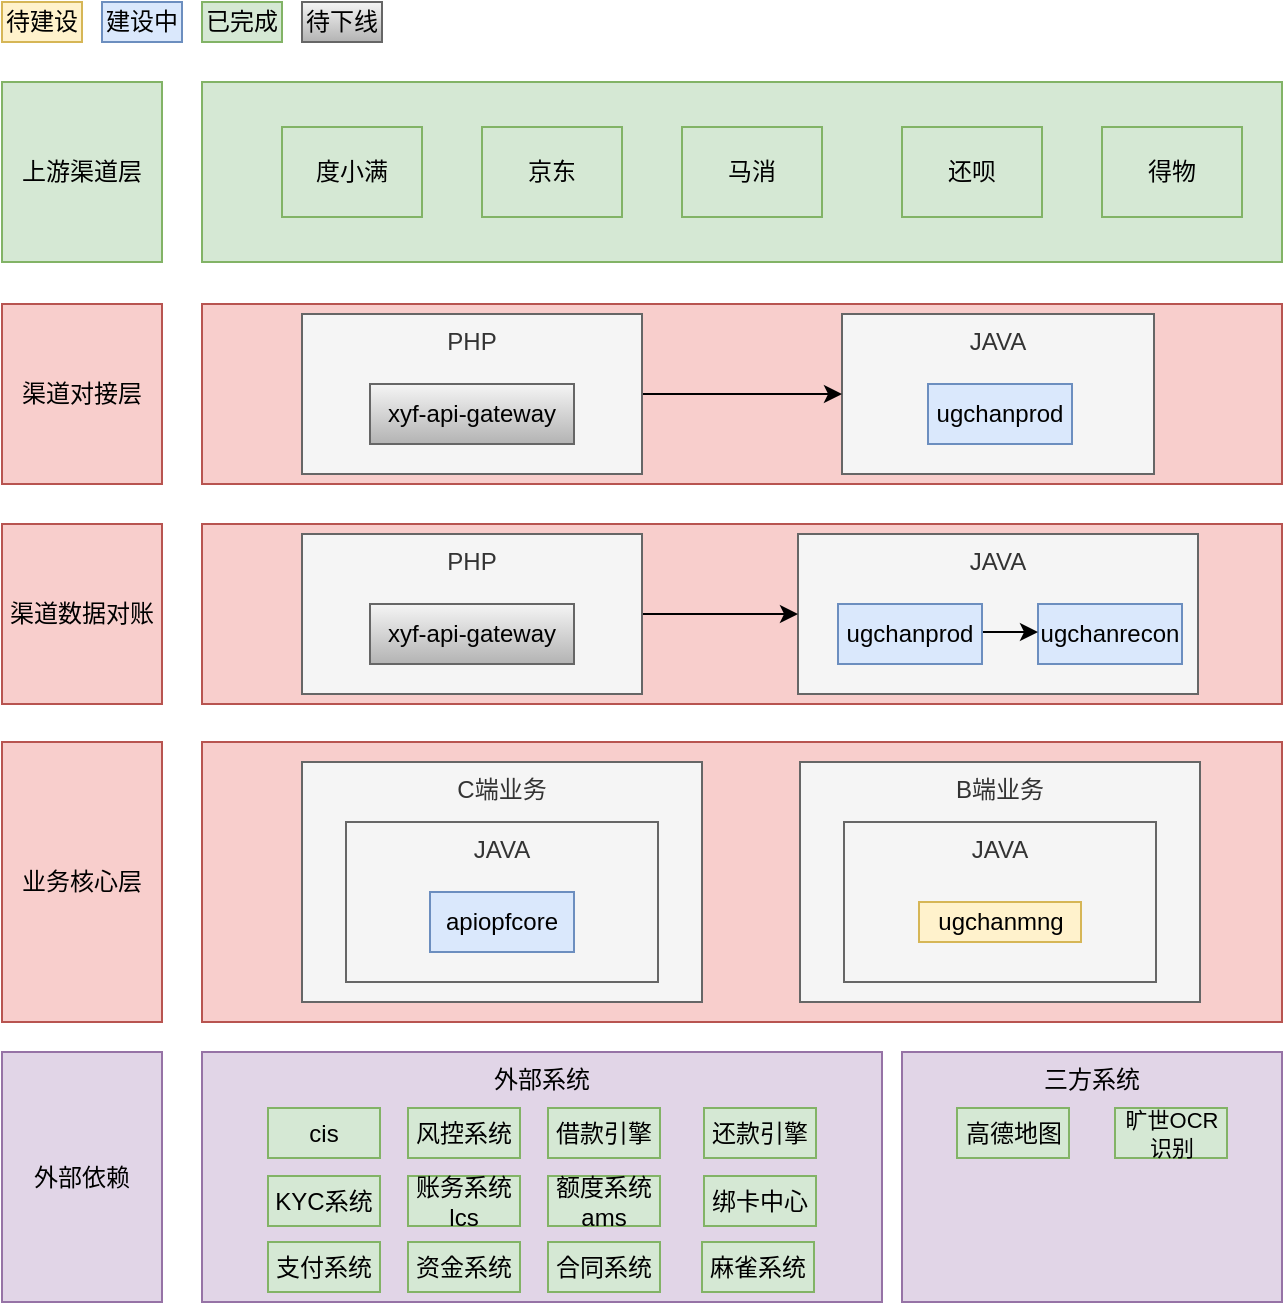
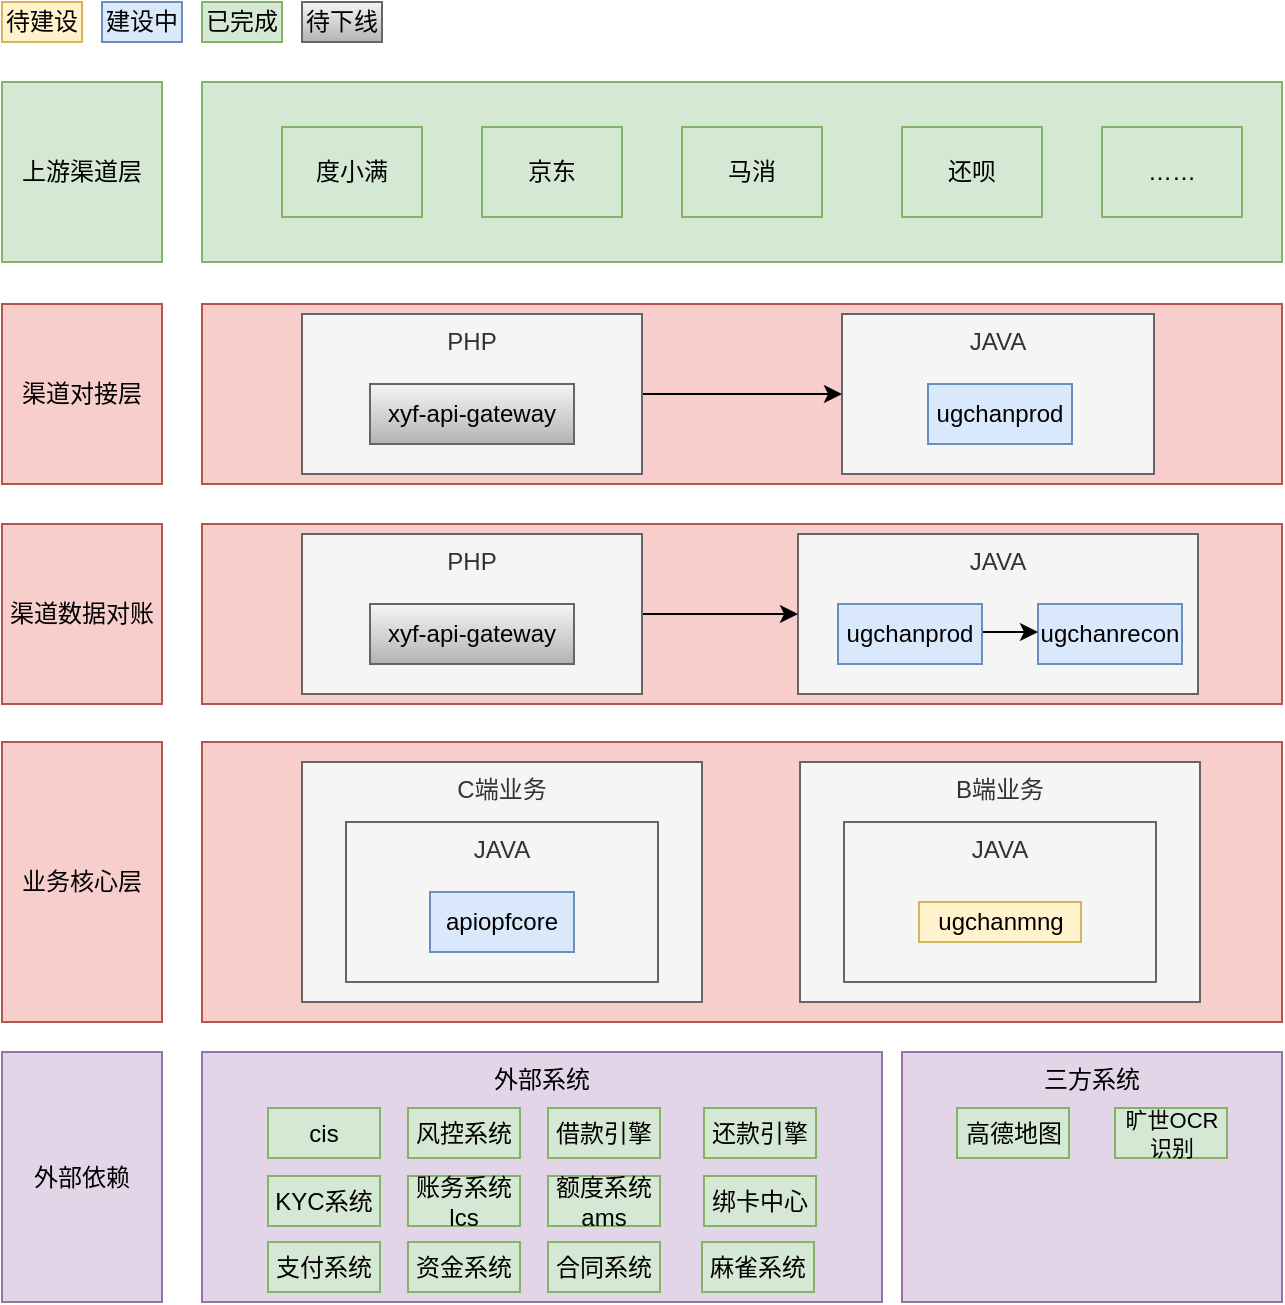
<mxfile host="app.diagrams.net" agent="Mozilla/5.0 (Macintosh; Intel Mac OS X 10_15_7) AppleWebKit/537.36 (KHTML, like Gecko) Chrome/131.0.0.0 Safari/537.36 Edg/131.0.0.0">
  <diagram id="prtHgNgQTEPvFCAcTncT" name="Page-1">
    <mxGraphModel dx="1713" dy="1105" grid="1" gridSize="10" guides="1" tooltips="1" connect="1" arrows="1" fold="1" page="1" pageScale="1" pageWidth="827" pageHeight="1169" math="0" shadow="0">
      <root>
        <mxCell id="0" />
        <mxCell id="1" parent="0" />
        <mxCell id="XHcRj8FyIUyCIuukIsDU-2" parent="1" style="rounded=0;whiteSpace=wrap;html=1;labelBackgroundColor=none;fillColor=#d5e8d4;strokeColor=#82b366;" value="上游渠道层" vertex="1">
          <mxGeometry height="90" width="80" x="70" y="100" as="geometry" />
        </mxCell>
        <mxCell id="XHcRj8FyIUyCIuukIsDU-3" parent="1" style="rounded=0;whiteSpace=wrap;html=1;labelBackgroundColor=none;fillColor=#d5e8d4;strokeColor=#82b366;" value="" vertex="1">
          <mxGeometry height="90" width="540" x="170" y="100" as="geometry" />
        </mxCell>
        <mxCell id="XHcRj8FyIUyCIuukIsDU-4" parent="1" style="rounded=0;whiteSpace=wrap;html=1;labelBackgroundColor=none;fillColor=#d5e8d4;strokeColor=#82b366;" value="度小满" vertex="1">
          <mxGeometry height="45" width="70" x="210" y="122.5" as="geometry" />
        </mxCell>
        <mxCell id="XHcRj8FyIUyCIuukIsDU-5" parent="1" style="rounded=0;whiteSpace=wrap;html=1;labelBackgroundColor=none;fillColor=#d5e8d4;strokeColor=#82b366;" value="京东" vertex="1">
          <mxGeometry height="45" width="70" x="310" y="122.5" as="geometry" />
        </mxCell>
        <mxCell id="XHcRj8FyIUyCIuukIsDU-6" parent="1" style="rounded=0;whiteSpace=wrap;html=1;labelBackgroundColor=none;fillColor=#d5e8d4;strokeColor=#82b366;" value="马消" vertex="1">
          <mxGeometry height="45" width="70" x="410" y="122.5" as="geometry" />
        </mxCell>
        <mxCell id="XHcRj8FyIUyCIuukIsDU-7" parent="1" style="rounded=0;whiteSpace=wrap;html=1;labelBackgroundColor=none;fillColor=#d5e8d4;strokeColor=#82b366;" value="还呗" vertex="1">
          <mxGeometry height="45" width="70" x="520" y="122.5" as="geometry" />
        </mxCell>
-         <mxCell id="XHcRj8FyIUyCIuukIsDU-8" parent="1" style="rounded=0;whiteSpace=wrap;html=1;labelBackgroundColor=none;fillColor=#d5e8d4;strokeColor=#82b366;" value="得物" vertex="1">
+         <mxCell id="XHcRj8FyIUyCIuukIsDU-8" parent="1" style="rounded=0;whiteSpace=wrap;html=1;labelBackgroundColor=none;fillColor=#d5e8d4;strokeColor=#82b366;" value="……" vertex="1">
          <mxGeometry height="45" width="70" x="620" y="122.5" as="geometry" />
        </mxCell>
        <mxCell id="XHcRj8FyIUyCIuukIsDU-9" parent="1" style="rounded=0;whiteSpace=wrap;html=1;labelBackgroundColor=none;fillColor=#f8cecc;strokeColor=#b85450;" value="渠道对接层" vertex="1">
          <mxGeometry height="90" width="80" x="70" y="211" as="geometry" />
        </mxCell>
        <mxCell id="XHcRj8FyIUyCIuukIsDU-10" parent="1" style="rounded=0;whiteSpace=wrap;html=1;labelBackgroundColor=none;fillColor=#f8cecc;strokeColor=#b85450;" value="" vertex="1">
          <mxGeometry height="90" width="540" x="170" y="211" as="geometry" />
        </mxCell>
        <mxCell id="XHcRj8FyIUyCIuukIsDU-11" parent="1" style="rounded=0;whiteSpace=wrap;html=1;verticalAlign=top;labelBackgroundColor=none;fillColor=#f5f5f5;fontColor=#333333;strokeColor=#666666;" value="JAVA" vertex="1">
          <mxGeometry height="80" width="156" x="490" y="216" as="geometry" />
        </mxCell>
        <mxCell id="XHcRj8FyIUyCIuukIsDU-12" parent="1" style="text;html=1;align=center;verticalAlign=middle;whiteSpace=wrap;rounded=0;labelBackgroundColor=none;fillColor=#dae8fc;strokeColor=#6c8ebf;" value="ugchanprod" vertex="1">
          <mxGeometry height="30" width="72" x="533" y="251" as="geometry" />
        </mxCell>
        <mxCell id="XHcRj8FyIUyCIuukIsDU-21" edge="1" parent="1" source="XHcRj8FyIUyCIuukIsDU-13" style="edgeStyle=orthogonalEdgeStyle;rounded=0;orthogonalLoop=1;jettySize=auto;html=1;" target="XHcRj8FyIUyCIuukIsDU-11">
          <mxGeometry relative="1" as="geometry" />
        </mxCell>
        <mxCell id="XHcRj8FyIUyCIuukIsDU-13" parent="1" style="rounded=0;whiteSpace=wrap;html=1;verticalAlign=top;labelBackgroundColor=none;fillColor=#f5f5f5;fontColor=#333333;strokeColor=#666666;" value="PHP" vertex="1">
          <mxGeometry height="80" width="170" x="220" y="216" as="geometry" />
        </mxCell>
        <mxCell id="XHcRj8FyIUyCIuukIsDU-14" parent="1" style="text;html=1;align=center;verticalAlign=middle;whiteSpace=wrap;rounded=0;labelBackgroundColor=none;fillColor=#f5f5f5;gradientColor=#b3b3b3;strokeColor=#666666;" value="xyf-api-gateway" vertex="1">
          <mxGeometry height="30" width="102" x="254" y="251" as="geometry" />
        </mxCell>
        <mxCell id="XHcRj8FyIUyCIuukIsDU-15" parent="1" style="rounded=0;whiteSpace=wrap;html=1;fillColor=#fff2cc;strokeColor=#d6b656;" value="待建设" vertex="1">
          <mxGeometry height="20" width="40" x="70" y="60" as="geometry" />
        </mxCell>
        <mxCell id="XHcRj8FyIUyCIuukIsDU-16" parent="1" style="rounded=0;whiteSpace=wrap;html=1;fillColor=#dae8fc;strokeColor=#6c8ebf;" value="建设中" vertex="1">
          <mxGeometry height="20" width="40" x="120" y="60" as="geometry" />
        </mxCell>
        <mxCell id="XHcRj8FyIUyCIuukIsDU-17" parent="1" style="rounded=0;whiteSpace=wrap;html=1;fillColor=#d5e8d4;strokeColor=#82b366;" value="已完成" vertex="1">
          <mxGeometry height="20" width="40" x="170" y="60" as="geometry" />
        </mxCell>
        <mxCell id="XHcRj8FyIUyCIuukIsDU-18" parent="1" style="rounded=0;whiteSpace=wrap;html=1;fillColor=#f5f5f5;strokeColor=#666666;gradientColor=#b3b3b3;" value="待下线" vertex="1">
          <mxGeometry height="20" width="40" x="220" y="60" as="geometry" />
        </mxCell>
        <mxCell id="v9PM_FaOoYrTA3S6MkpD-1" parent="1" style="rounded=0;whiteSpace=wrap;html=1;labelBackgroundColor=none;fillColor=#f8cecc;strokeColor=#b85450;" value="渠道数据对账" vertex="1">
          <mxGeometry height="90" width="80" x="70" y="321" as="geometry" />
        </mxCell>
        <mxCell id="v9PM_FaOoYrTA3S6MkpD-2" parent="1" style="rounded=0;whiteSpace=wrap;html=1;labelBackgroundColor=none;fillColor=#f8cecc;strokeColor=#b85450;" value="" vertex="1">
          <mxGeometry height="90" width="540" x="170" y="321" as="geometry" />
        </mxCell>
        <mxCell id="v9PM_FaOoYrTA3S6MkpD-3" parent="1" style="rounded=0;whiteSpace=wrap;html=1;verticalAlign=top;labelBackgroundColor=none;fillColor=#f5f5f5;fontColor=#333333;strokeColor=#666666;" value="JAVA" vertex="1">
          <mxGeometry height="80" width="200" x="468" y="326" as="geometry" />
        </mxCell>
        <mxCell id="v9PM_FaOoYrTA3S6MkpD-4" parent="1" style="text;html=1;align=center;verticalAlign=middle;whiteSpace=wrap;rounded=0;labelBackgroundColor=none;fillColor=#dae8fc;strokeColor=#6c8ebf;" value="ugchanrecon" vertex="1">
          <mxGeometry height="30" width="72" x="588" y="361" as="geometry" />
        </mxCell>
        <mxCell id="v9PM_FaOoYrTA3S6MkpD-5" edge="1" parent="1" source="v9PM_FaOoYrTA3S6MkpD-6" style="edgeStyle=orthogonalEdgeStyle;rounded=0;orthogonalLoop=1;jettySize=auto;html=1;" target="v9PM_FaOoYrTA3S6MkpD-3">
          <mxGeometry relative="1" as="geometry" />
        </mxCell>
        <mxCell id="v9PM_FaOoYrTA3S6MkpD-6" parent="1" style="rounded=0;whiteSpace=wrap;html=1;verticalAlign=top;labelBackgroundColor=none;fillColor=#f5f5f5;fontColor=#333333;strokeColor=#666666;" value="PHP" vertex="1">
          <mxGeometry height="80" width="170" x="220" y="326" as="geometry" />
        </mxCell>
        <mxCell id="v9PM_FaOoYrTA3S6MkpD-7" parent="1" style="text;html=1;align=center;verticalAlign=middle;whiteSpace=wrap;rounded=0;labelBackgroundColor=none;fillColor=#f5f5f5;gradientColor=#b3b3b3;strokeColor=#666666;" value="xyf-api-gateway" vertex="1">
          <mxGeometry height="30" width="102" x="254" y="361" as="geometry" />
        </mxCell>
        <mxCell id="v9PM_FaOoYrTA3S6MkpD-10" edge="1" parent="1" style="edgeStyle=orthogonalEdgeStyle;rounded=0;orthogonalLoop=1;jettySize=auto;html=1;entryX=0;entryY=0.5;entryDx=0;entryDy=0;">
          <mxGeometry relative="1" as="geometry">
            <mxPoint x="559.9999999999991" y="375" as="sourcePoint" />
            <mxPoint x="588" y="375" as="targetPoint" />
          </mxGeometry>
        </mxCell>
        <mxCell id="v9PM_FaOoYrTA3S6MkpD-8" parent="1" style="text;html=1;align=center;verticalAlign=middle;whiteSpace=wrap;rounded=0;labelBackgroundColor=none;fillColor=#dae8fc;strokeColor=#6c8ebf;" value="ugchanprod" vertex="1">
          <mxGeometry height="30" width="72" x="488" y="361" as="geometry" />
        </mxCell>
        <mxCell id="v9PM_FaOoYrTA3S6MkpD-11" parent="1" style="rounded=0;whiteSpace=wrap;html=1;labelBackgroundColor=none;fillColor=#f8cecc;strokeColor=#b85450;" value="业务核心层" vertex="1">
          <mxGeometry height="140" width="80" x="70" y="430" as="geometry" />
        </mxCell>
        <mxCell id="v9PM_FaOoYrTA3S6MkpD-12" parent="1" style="rounded=0;whiteSpace=wrap;html=1;labelBackgroundColor=none;fillColor=#f8cecc;strokeColor=#b85450;" value="" vertex="1">
          <mxGeometry height="140" width="540" x="170" y="430" as="geometry" />
        </mxCell>
        <mxCell id="v9PM_FaOoYrTA3S6MkpD-13" parent="1" style="rounded=0;whiteSpace=wrap;html=1;verticalAlign=top;labelBackgroundColor=none;fillColor=#f5f5f5;fontColor=#333333;strokeColor=#666666;" value="C端业务" vertex="1">
          <mxGeometry height="120" width="200" x="220" y="440" as="geometry" />
        </mxCell>
        <mxCell id="v9PM_FaOoYrTA3S6MkpD-14" parent="1" style="rounded=0;whiteSpace=wrap;html=1;labelBackgroundColor=none;fillColor=#e1d5e7;strokeColor=#9673a6;" value="外部依赖" vertex="1">
          <mxGeometry height="125" width="80" x="70" y="585" as="geometry" />
        </mxCell>
        <mxCell id="v9PM_FaOoYrTA3S6MkpD-15" parent="1" style="rounded=0;whiteSpace=wrap;html=1;verticalAlign=top;labelBackgroundColor=none;fillColor=#f5f5f5;fontColor=#333333;strokeColor=#666666;" value="B端业务" vertex="1">
          <mxGeometry height="120" width="200" x="469" y="440" as="geometry" />
        </mxCell>
        <mxCell id="v9PM_FaOoYrTA3S6MkpD-16" parent="1" style="rounded=0;whiteSpace=wrap;html=1;verticalAlign=top;labelBackgroundColor=none;fillColor=#f5f5f5;fontColor=#333333;strokeColor=#666666;" value="JAVA" vertex="1">
          <mxGeometry height="80" width="156" x="491" y="470" as="geometry" />
        </mxCell>
        <mxCell id="v9PM_FaOoYrTA3S6MkpD-18" parent="1" style="rounded=0;whiteSpace=wrap;html=1;fillColor=#fff2cc;strokeColor=#d6b656;" value="ugchanmng" vertex="1">
          <mxGeometry height="20" width="81" x="528.5" y="510" as="geometry" />
        </mxCell>
        <mxCell id="v9PM_FaOoYrTA3S6MkpD-19" parent="1" style="rounded=0;whiteSpace=wrap;html=1;verticalAlign=top;labelBackgroundColor=none;fillColor=#f5f5f5;fontColor=#333333;strokeColor=#666666;" value="JAVA" vertex="1">
          <mxGeometry height="80" width="156" x="242" y="470" as="geometry" />
        </mxCell>
        <mxCell id="v9PM_FaOoYrTA3S6MkpD-20" parent="1" style="text;html=1;align=center;verticalAlign=middle;whiteSpace=wrap;rounded=0;labelBackgroundColor=none;fillColor=#dae8fc;strokeColor=#6c8ebf;" value="apiopfcore" vertex="1">
          <mxGeometry height="30" width="72" x="284" y="505" as="geometry" />
        </mxCell>
        <mxCell id="v9PM_FaOoYrTA3S6MkpD-21" parent="1" style="rounded=0;whiteSpace=wrap;html=1;labelBackgroundColor=none;fillColor=#e1d5e7;strokeColor=#9673a6;verticalAlign=top;" value="外部系统" vertex="1">
          <mxGeometry height="125" width="340" x="170" y="585" as="geometry" />
        </mxCell>
        <mxCell id="v9PM_FaOoYrTA3S6MkpD-22" parent="1" style="rounded=0;whiteSpace=wrap;html=1;labelBackgroundColor=none;fillColor=#d5e8d4;strokeColor=#82b366;" value="cis" vertex="1">
          <mxGeometry height="25" width="56" x="203" y="613" as="geometry" />
        </mxCell>
        <mxCell id="v9PM_FaOoYrTA3S6MkpD-23" parent="1" style="rounded=0;whiteSpace=wrap;html=1;labelBackgroundColor=none;fillColor=#d5e8d4;strokeColor=#82b366;" value="风控系统" vertex="1">
          <mxGeometry height="25" width="56" x="273" y="613" as="geometry" />
        </mxCell>
        <mxCell id="v9PM_FaOoYrTA3S6MkpD-24" parent="1" style="rounded=0;whiteSpace=wrap;html=1;labelBackgroundColor=none;fillColor=#e1d5e7;strokeColor=#9673a6;verticalAlign=top;" value="三方系统" vertex="1">
          <mxGeometry height="125" width="190" x="520" y="585" as="geometry" />
        </mxCell>
        <mxCell id="v9PM_FaOoYrTA3S6MkpD-25" parent="1" style="rounded=0;whiteSpace=wrap;html=1;labelBackgroundColor=none;fillColor=#d5e8d4;strokeColor=#82b366;" value="借款引擎" vertex="1">
          <mxGeometry height="25" width="56" x="343" y="613" as="geometry" />
        </mxCell>
        <mxCell id="v9PM_FaOoYrTA3S6MkpD-26" parent="1" style="rounded=0;whiteSpace=wrap;html=1;labelBackgroundColor=none;fillColor=#d5e8d4;strokeColor=#82b366;" value="KYC系统" vertex="1">
          <mxGeometry height="25" width="56" x="203" y="647" as="geometry" />
        </mxCell>
        <mxCell id="v9PM_FaOoYrTA3S6MkpD-27" parent="1" style="rounded=0;whiteSpace=wrap;html=1;labelBackgroundColor=none;fillColor=#d5e8d4;strokeColor=#82b366;" value="还款引擎" vertex="1">
          <mxGeometry height="25" width="56" x="421" y="613" as="geometry" />
        </mxCell>
        <mxCell id="v9PM_FaOoYrTA3S6MkpD-28" parent="1" style="rounded=0;whiteSpace=wrap;html=1;labelBackgroundColor=none;fillColor=#d5e8d4;strokeColor=#82b366;" value="账务系统lcs" vertex="1">
          <mxGeometry height="25" width="56" x="273" y="647" as="geometry" />
        </mxCell>
        <mxCell id="v9PM_FaOoYrTA3S6MkpD-29" parent="1" style="rounded=0;whiteSpace=wrap;html=1;labelBackgroundColor=none;fillColor=#d5e8d4;strokeColor=#82b366;" value="额度系统ams" vertex="1">
          <mxGeometry height="25" width="56" x="343" y="647" as="geometry" />
        </mxCell>
        <mxCell id="v9PM_FaOoYrTA3S6MkpD-30" parent="1" style="rounded=0;whiteSpace=wrap;html=1;labelBackgroundColor=none;fillColor=#d5e8d4;strokeColor=#82b366;" value="绑卡中心" vertex="1">
          <mxGeometry height="25" width="56" x="421" y="647" as="geometry" />
        </mxCell>
        <mxCell id="v9PM_FaOoYrTA3S6MkpD-31" parent="1" style="rounded=0;whiteSpace=wrap;html=1;labelBackgroundColor=none;fillColor=#d5e8d4;strokeColor=#82b366;" value="支付系统" vertex="1">
          <mxGeometry height="25" width="56" x="203" y="680" as="geometry" />
        </mxCell>
        <mxCell id="v9PM_FaOoYrTA3S6MkpD-32" parent="1" style="rounded=0;whiteSpace=wrap;html=1;labelBackgroundColor=none;fillColor=#d5e8d4;strokeColor=#82b366;" value="资金系统" vertex="1">
          <mxGeometry height="25" width="56" x="273" y="680" as="geometry" />
        </mxCell>
        <mxCell id="v9PM_FaOoYrTA3S6MkpD-33" parent="1" style="rounded=0;whiteSpace=wrap;html=1;labelBackgroundColor=none;fillColor=#d5e8d4;strokeColor=#82b366;" value="合同系统" vertex="1">
          <mxGeometry height="25" width="56" x="343" y="680" as="geometry" />
        </mxCell>
        <mxCell id="v9PM_FaOoYrTA3S6MkpD-34" parent="1" style="rounded=0;whiteSpace=wrap;html=1;labelBackgroundColor=none;fillColor=#d5e8d4;strokeColor=#82b366;" value="麻雀系统" vertex="1">
          <mxGeometry height="25" width="56" x="420" y="680" as="geometry" />
        </mxCell>
        <mxCell id="v9PM_FaOoYrTA3S6MkpD-35" parent="1" style="rounded=0;whiteSpace=wrap;html=1;labelBackgroundColor=none;fillColor=#d5e8d4;strokeColor=#82b366;" value="高德地图" vertex="1">
          <mxGeometry height="25" width="56" x="547.5" y="613" as="geometry" />
        </mxCell>
        <mxCell id="v9PM_FaOoYrTA3S6MkpD-36" parent="1" style="rounded=0;whiteSpace=wrap;html=1;labelBackgroundColor=none;fillColor=#d5e8d4;strokeColor=#82b366;fontSize=11;" value="旷世OCR识别" vertex="1">
          <mxGeometry height="25" width="56" x="626.5" y="613" as="geometry" />
        </mxCell>
      </root>
    </mxGraphModel>
  </diagram>
</mxfile>
